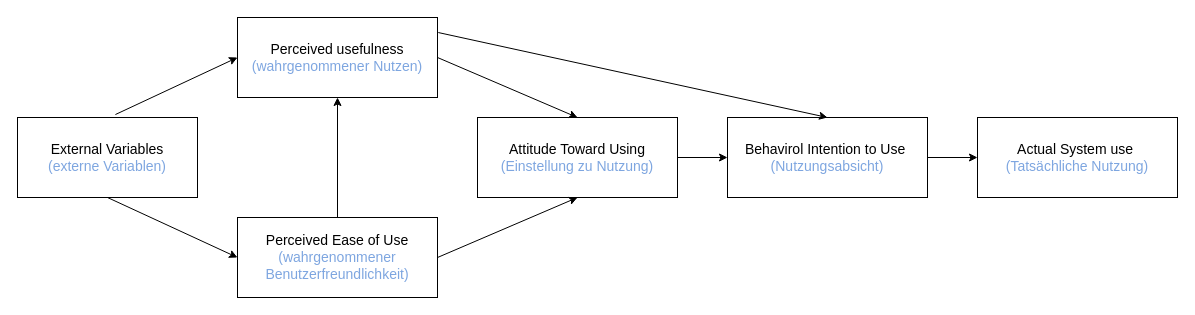
Above: TAM1.drawio in Brouny09/Web_Programming (draw.io), before the change. Source tidied: cells renumbered, new cells numbered last; positions are measured from the earlier drawing's top-left corner, leaving out a move shared by most shapes. Both pictures are drawn from the tidied source at 100%, with x=0, y=0 at pixel (17, 17).
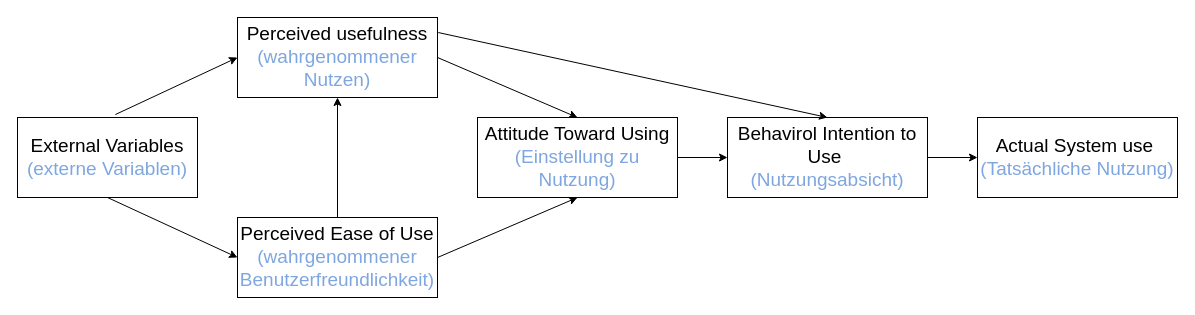
The same diagram, later.

What changed in the source:
```diff
@@
 <mxGraphModel>
   <root>
     <mxCell id="0" />
     <mxCell id="1" parent="0" />
-    <mxCell id="2" value="&lt;div&gt;&lt;span style=&quot;font-size: 14px;&quot;&gt;External Variables&lt;/span&gt;&lt;/div&gt;&lt;div&gt;&lt;span style=&quot;color: rgb(126, 166, 224); font-size: 14px;&quot;&gt;(externe Variablen)&lt;/span&gt;&lt;br&gt;&lt;/div&gt;" style="rounded=0;whiteSpace=wrap;html=1;" parent="1" vertex="1">
+    <mxCell id="2" value="&lt;div&gt;&lt;font style=&quot;font-size: 19px;&quot;&gt;External Variables&lt;/font&gt;&lt;/div&gt;&lt;div&gt;&lt;span style=&quot;color: rgb(126, 166, 224);&quot;&gt;&lt;font style=&quot;font-size: 19px;&quot;&gt;(externe Variablen)&lt;/font&gt;&lt;/span&gt;&lt;br&gt;&lt;/div&gt;" style="rounded=0;whiteSpace=wrap;html=1;" parent="1" vertex="1">
       <mxGeometry y="100" width="180" height="80" as="geometry" />
     </mxCell>
-    <mxCell id="3" value="&lt;div&gt;&lt;span style=&quot;font-size: 14px;&quot;&gt;Perceived usefulness&lt;/span&gt;&lt;/div&gt;&lt;div&gt;&lt;span style=&quot;color: rgb(126, 166, 224); font-size: 14px;&quot;&gt;(wahrgenommener Nutzen)&lt;/span&gt;&lt;br&gt;&lt;/div&gt;" style="rounded=0;whiteSpace=wrap;html=1;" parent="1" vertex="1">
+    <mxCell id="3" value="&lt;div&gt;&lt;font style=&quot;font-size: 19px;&quot;&gt;Perceived usefulness&lt;/font&gt;&lt;/div&gt;&lt;div&gt;&lt;span style=&quot;color: rgb(126, 166, 224);&quot;&gt;&lt;font style=&quot;font-size: 19px;&quot;&gt;(wahrgenommener Nutzen)&lt;/font&gt;&lt;/span&gt;&lt;br&gt;&lt;/div&gt;" style="rounded=0;whiteSpace=wrap;html=1;" parent="1" vertex="1">
       <mxGeometry x="220" width="200" height="80" as="geometry" />
     </mxCell>
-    <mxCell id="4" value="&lt;div&gt;&lt;span style=&quot;font-size: 14px;&quot;&gt;Perceived Ease of Use&lt;/span&gt;&lt;/div&gt;&lt;div&gt;&lt;span style=&quot;color: rgb(126, 166, 224); font-size: 14px;&quot;&gt;(wahrgenommener Benutzerfreundlichkeit)&lt;/span&gt;&lt;br&gt;&lt;/div&gt;" style="rounded=0;whiteSpace=wrap;html=1;" parent="1" vertex="1">
+    <mxCell id="4" value="&lt;div&gt;&lt;font style=&quot;font-size: 19px;&quot;&gt;Perceived Ease of Use&lt;/font&gt;&lt;/div&gt;&lt;div&gt;&lt;span style=&quot;color: rgb(126, 166, 224);&quot;&gt;&lt;font style=&quot;font-size: 19px;&quot;&gt;(wahrgenommener Benutzerfreundlichkeit)&lt;/font&gt;&lt;/span&gt;&lt;br&gt;&lt;/div&gt;" style="rounded=0;whiteSpace=wrap;html=1;" parent="1" vertex="1">
       <mxGeometry x="220" y="200" width="200" height="80" as="geometry" />
     </mxCell>
-    <mxCell id="5" value="&lt;div&gt;&lt;span style=&quot;font-size: 14px;&quot;&gt;Attitude Toward Using&lt;/span&gt;&lt;/div&gt;&lt;div&gt;&lt;span style=&quot;color: rgb(126, 166, 224); font-size: 14px;&quot;&gt;(Einstellung zu Nutzung&lt;/span&gt;&lt;span style=&quot;color: rgb(126, 166, 224); font-size: 14px;&quot;&gt;)&lt;/span&gt;&lt;/div&gt;" style="rounded=0;whiteSpace=wrap;html=1;" parent="1" vertex="1">
+    <mxCell id="5" value="&lt;div&gt;&lt;font style=&quot;font-size: 19px;&quot;&gt;Attitude Toward Using&lt;/font&gt;&lt;/div&gt;&lt;div&gt;&lt;font style=&quot;font-size: 19px;&quot;&gt;&lt;span style=&quot;color: rgb(126, 166, 224);&quot;&gt;(Einstellung zu Nutzung&lt;/span&gt;&lt;span style=&quot;color: rgb(126, 166, 224);&quot;&gt;)&lt;/span&gt;&lt;/font&gt;&lt;/div&gt;" style="rounded=0;whiteSpace=wrap;html=1;" parent="1" vertex="1">
       <mxGeometry x="460" y="100" width="200" height="80" as="geometry" />
     </mxCell>
-    <mxCell id="6" value="&lt;div&gt;&lt;span style=&quot;font-size: 14px;&quot;&gt;Behavirol Intention to Use&amp;nbsp;&lt;/span&gt;&lt;/div&gt;&lt;div&gt;&lt;span style=&quot;color: rgb(126, 166, 224); font-size: 14px;&quot;&gt;(Nutzungsabsicht&lt;/span&gt;&lt;span style=&quot;color: rgb(126, 166, 224); font-size: 14px;&quot;&gt;)&lt;/span&gt;&lt;br&gt;&lt;/div&gt;" style="rounded=0;whiteSpace=wrap;html=1;" parent="1" vertex="1">
+    <mxCell id="6" value="&lt;div&gt;&lt;font style=&quot;font-size: 19px;&quot;&gt;Behavirol Intention to Use&amp;nbsp;&lt;/font&gt;&lt;/div&gt;&lt;div&gt;&lt;font style=&quot;font-size: 19px;&quot;&gt;&lt;span style=&quot;color: rgb(126, 166, 224);&quot;&gt;(Nutzungsabsicht&lt;/span&gt;&lt;span style=&quot;color: rgb(126, 166, 224);&quot;&gt;)&lt;/span&gt;&lt;/font&gt;&lt;br&gt;&lt;/div&gt;" style="rounded=0;whiteSpace=wrap;html=1;" parent="1" vertex="1">
       <mxGeometry x="710" y="100" width="200" height="80" as="geometry" />
     </mxCell>
-    <mxCell id="7" value="&lt;div&gt;&lt;span style=&quot;font-size: 14px;&quot;&gt;Actual System use&amp;nbsp;&lt;/span&gt;&lt;/div&gt;&lt;div&gt;&lt;span style=&quot;color: rgb(126, 166, 224); font-size: 14px;&quot;&gt;(Tatsächliche Nutzung&lt;/span&gt;&lt;span style=&quot;color: rgb(126, 166, 224); font-size: 14px;&quot;&gt;)&lt;/span&gt;&lt;br&gt;&lt;/div&gt;" style="rounded=0;whiteSpace=wrap;html=1;" parent="1" vertex="1">
+    <mxCell id="7" value="&lt;div&gt;&lt;font style=&quot;font-size: 19px;&quot;&gt;Actual System use&amp;nbsp;&lt;/font&gt;&lt;/div&gt;&lt;div&gt;&lt;font style=&quot;font-size: 19px;&quot;&gt;&lt;span style=&quot;color: rgb(126, 166, 224);&quot;&gt;(Tatsächliche Nutzung&lt;/span&gt;&lt;span style=&quot;color: rgb(126, 166, 224);&quot;&gt;)&lt;/span&gt;&lt;/font&gt;&lt;br&gt;&lt;/div&gt;" style="rounded=0;whiteSpace=wrap;html=1;" parent="1" vertex="1">
       <mxGeometry x="960" y="100" width="200" height="80" as="geometry" />
     </mxCell>
     <mxCell id="8" style="endArrow=classic;html=1;rounded=0;exitX=0.5;exitY=1;exitDx=0;exitDy=0;entryX=0;entryY=0.5;entryDx=0;entryDy=0;" parent="1" edge="1" source="2" target="4">
       <mxGeometry relative="1" as="geometry" />
     </mxCell>
     <mxCell id="9" style="endArrow=classic;html=1;rounded=0;entryX=0;entryY=0.5;entryDx=0;entryDy=0;exitX=0.544;exitY=-0.037;exitDx=0;exitDy=0;exitPerimeter=0;" parent="1" edge="1" source="2" target="3">
       <mxGeometry relative="1" as="geometry" />
     </mxCell>
     <mxCell id="10" style="endArrow=classic;html=1;rounded=0;exitX=0.5;exitY=0;exitDx=0;exitDy=0;entryX=0.5;entryY=1;entryDx=0;entryDy=0;" parent="1" edge="1" source="4" target="3">
       <mxGeometry relative="1" as="geometry" />
     </mxCell>
     <mxCell id="11" style="endArrow=classic;html=1;rounded=0;exitX=1;exitY=0.5;exitDx=0;exitDy=0;entryX=0.5;entryY=1;entryDx=0;entryDy=0;" parent="1" edge="1" source="4" target="5">
       <mxGeometry relative="1" as="geometry" />
     </mxCell>
     <mxCell id="12" style="endArrow=classic;html=1;rounded=0;exitX=1;exitY=0.5;exitDx=0;exitDy=0;entryX=0.5;entryY=0;entryDx=0;entryDy=0;" parent="1" edge="1" source="3" target="5">
       <mxGeometry relative="1" as="geometry" />
     </mxCell>
     <mxCell id="13" style="endArrow=classic;html=1;rounded=0;exitX=1.004;exitY=0.188;exitDx=0;exitDy=0;exitPerimeter=0;entryX=0.5;entryY=0;entryDx=0;entryDy=0;" parent="1" edge="1" source="3" target="6">
       <mxGeometry relative="1" as="geometry" />
     </mxCell>
     <mxCell id="14" style="endArrow=classic;html=1;rounded=0;exitX=1;exitY=0.5;exitDx=0;exitDy=0;" parent="1" edge="1" source="5">
       <mxGeometry relative="1" as="geometry">
         <mxPoint x="710" y="140" as="targetPoint" />
       </mxGeometry>
     </mxCell>
     <mxCell id="15" style="endArrow=classic;html=1;rounded=0;exitX=1;exitY=0.5;exitDx=0;exitDy=0;entryX=0;entryY=0.5;entryDx=0;entryDy=0;" parent="1" edge="1" source="6" target="7">
       <mxGeometry relative="1" as="geometry" />
     </mxCell>
   </root>
 </mxGraphModel>
```
